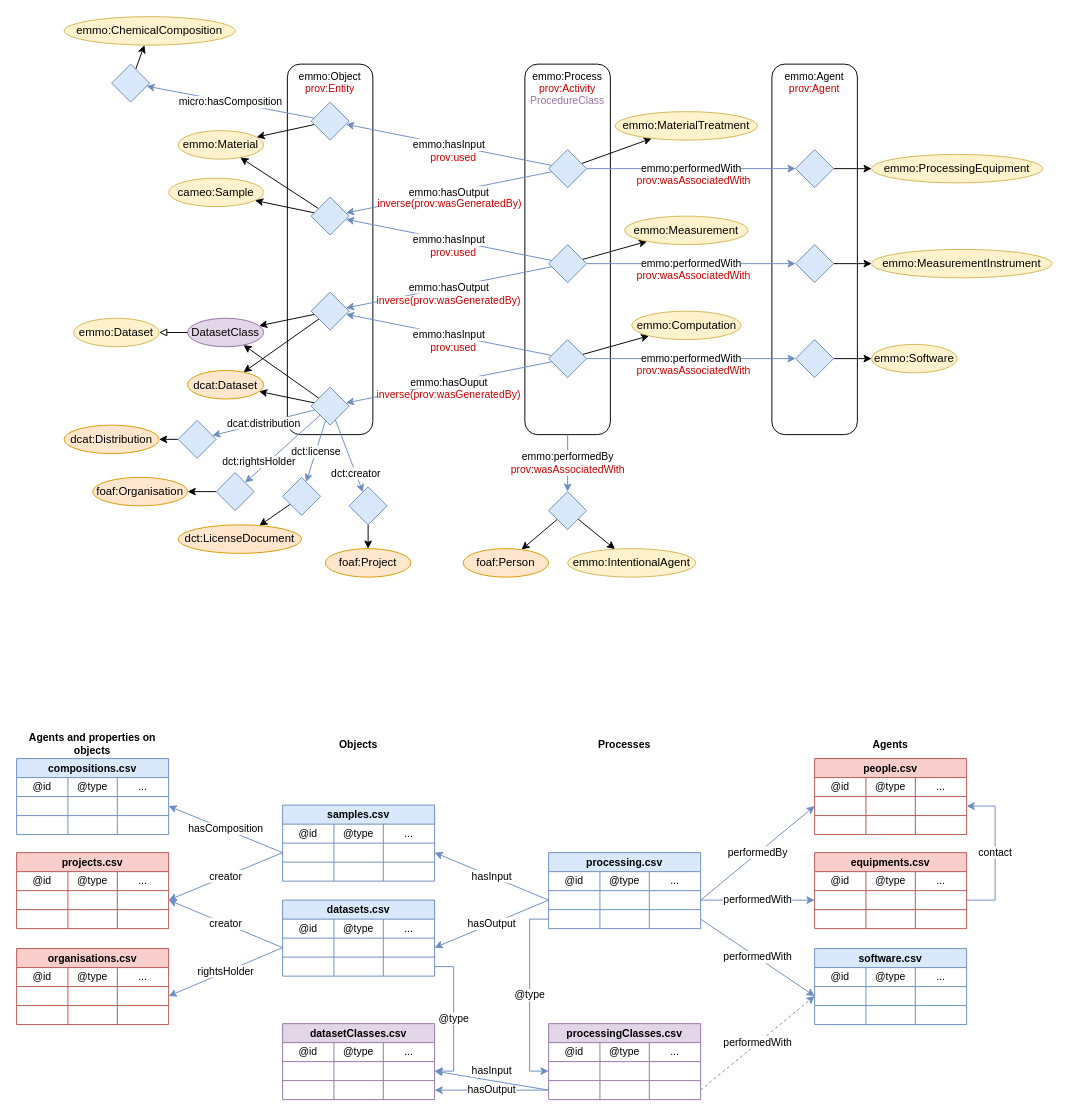
SINTEF/physmet-data-documentation-templates keeps this draw.io diagram as page "Documentation-tables" (1 of 2) of tables/figs/linked-data.drawio. Above is the earlier version. Source tidied: cells renumbered, new cells numbered last; positions are measured from the earlier drawing's top-left corner, leaving out a move shared by most shapes. Both pictures are drawn from the tidied source at 95%, with x=0, y=0 at pixel (16, 16).
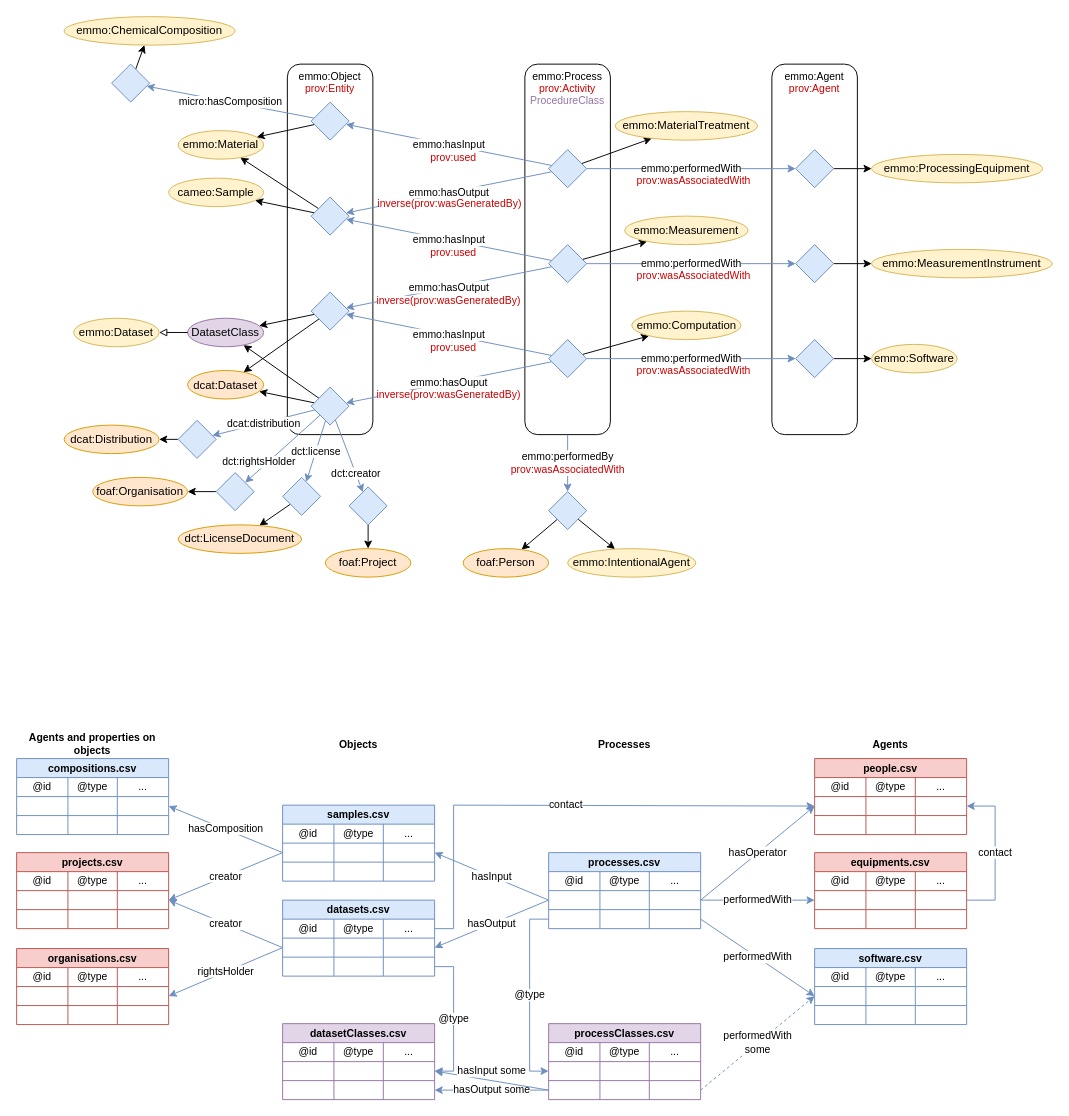
Above is the later version.

Unchanged cells that the change refers to:
```xml
<mxCell id="85" style="shape=tableRow;horizontal=0;startSize=0;swimlaneHead=0;swimlaneBody=0;top=0;left=0;bottom=0;right=0;fillColor=none;points=[[0,0.5],[1,0.5]];portConstraint=eastwest;fontFamily=Helvetica;fontSize=11;fontColor=#D79B00;" parent="84" vertex="1">
  <mxGeometry y="20" width="160" height="20" as="geometry" />
</mxCell>
<mxCell id="115" style="shape=tableRow;horizontal=0;startSize=0;swimlaneHead=0;swimlaneBody=0;top=0;left=0;bottom=0;right=0;fillColor=none;points=[[0,0.5],[1,0.5]];portConstraint=eastwest;fontFamily=Helvetica;fontSize=11;fontColor=#D79B00;" parent="110" vertex="1">
  <mxGeometry y="40" width="160" height="20" as="geometry" />
</mxCell>
<mxCell id="158" style="shape=tableRow;horizontal=0;startSize=0;swimlaneHead=0;swimlaneBody=0;top=0;left=0;bottom=0;right=0;fillColor=none;points=[[0,0.5],[1,0.5]];portConstraint=eastwest;fontFamily=Helvetica;fontSize=11;fontColor=#D79B00;" parent="153" vertex="1">
  <mxGeometry y="40" width="160" height="20" as="geometry" />
</mxCell>
<mxCell id="198" style="shape=tableRow;horizontal=0;startSize=0;swimlaneHead=0;swimlaneBody=0;top=0;left=0;bottom=0;right=0;fillColor=none;points=[[0,0.5],[1,0.5]];portConstraint=eastwest;fontFamily=Helvetica;fontSize=11;fontColor=#D79B00;" parent="193" vertex="1">
  <mxGeometry y="40" width="160" height="20" as="geometry" />
</mxCell>
<mxCell id="219" style="shape=tableRow;horizontal=0;startSize=0;swimlaneHead=0;swimlaneBody=0;top=0;left=0;bottom=0;right=0;fillColor=none;points=[[0,0.5],[1,0.5]];portConstraint=eastwest;fontFamily=Helvetica;fontSize=11;fontColor=#D79B00;" parent="210" vertex="1">
  <mxGeometry y="60" width="160" height="20" as="geometry" />
</mxCell>
<mxCell id="228" style="shape=tableRow;horizontal=0;startSize=0;swimlaneHead=0;swimlaneBody=0;top=0;left=0;bottom=0;right=0;fillColor=none;points=[[0,0.5],[1,0.5]];portConstraint=eastwest;fontFamily=Helvetica;fontSize=11;fontColor=#D79B00;" parent="223" vertex="1">
  <mxGeometry y="40" width="160" height="20" as="geometry" />
</mxCell>
<mxCell id="232" style="shape=tableRow;horizontal=0;startSize=0;swimlaneHead=0;swimlaneBody=0;top=0;left=0;bottom=0;right=0;fillColor=none;points=[[0,0.5],[1,0.5]];portConstraint=eastwest;fontFamily=Helvetica;fontSize=11;fontColor=#D79B00;" parent="223" vertex="1">
  <mxGeometry y="60" width="160" height="20" as="geometry" />
</mxCell>
```

What changed in the source:
```diff
@@
-    <mxCell id="110" value="processing.csv" style="shape=table;startSize=20;childLayout=tableLayout;fontStyle=1;align=center;fontFamily=Helvetica;fontSize=11;fillColor=#dae8fc;strokeColor=#6c8ebf;" parent="1" vertex="1">
+    <mxCell id="110" value="processes.csv" style="shape=table;startSize=20;childLayout=tableLayout;fontStyle=1;align=center;fontFamily=Helvetica;fontSize=11;fillColor=#dae8fc;strokeColor=#6c8ebf;" parent="1" vertex="1">
       <mxGeometry x="560" y="880" width="160" height="80" as="geometry" />
     </mxCell>
@@
-    <mxCell id="166" value="performedBy" style="edgeStyle=none;shape=connector;rounded=0;jettySize=auto;html=1;entryX=0;entryY=0.5;entryDx=0;entryDy=0;labelBackgroundColor=default;strokeColor=#6c8ebf;fontFamily=Helvetica;fontSize=11;fontColor=#000000;endArrow=classic;endFill=1;exitX=1;exitY=0.5;exitDx=0;exitDy=0;fillColor=#dae8fc;" parent="1" edge="1" source="115" target="158">
+    <mxCell id="166" value="hasOperator" style="edgeStyle=none;shape=connector;rounded=0;jettySize=auto;html=1;entryX=0;entryY=0.5;entryDx=0;entryDy=0;labelBackgroundColor=default;strokeColor=#6c8ebf;fontFamily=Helvetica;fontSize=11;fontColor=#000000;endArrow=classic;endFill=1;exitX=1;exitY=0.5;exitDx=0;exitDy=0;fillColor=#dae8fc;" parent="1" edge="1" source="115" target="158">
       <mxGeometry relative="1" as="geometry" />
     </mxCell>
@@
-    <mxCell id="210" value="processingClasses.csv" style="shape=table;startSize=20;childLayout=tableLayout;fontStyle=1;align=center;fontFamily=Helvetica;fontSize=11;fillColor=#e1d5e7;strokeColor=#9673a6;" parent="1" vertex="1">
+    <mxCell id="210" value="processClasses.csv" style="shape=table;startSize=20;childLayout=tableLayout;fontStyle=1;align=center;fontFamily=Helvetica;fontSize=11;fillColor=#e1d5e7;strokeColor=#9673a6;" parent="1" vertex="1">
       <mxGeometry x="560" y="1060" width="160" height="80" as="geometry" />
     </mxCell>
@@
-    <mxCell id="238" value="&lt;font color=&quot;#000000&quot;&gt;hasOutput&lt;/font&gt;" style="edgeStyle=none;shape=connector;rounded=0;jettySize=auto;html=1;labelBackgroundColor=default;strokeColor=#6c8ebf;fontFamily=Helvetica;fontSize=11;fontColor=#9673A6;endArrow=classic;endFill=1;entryX=1;entryY=0.5;entryDx=0;entryDy=0;fillColor=#dae8fc;" parent="1" edge="1" target="232">
+    <mxCell id="238" value="&lt;font color=&quot;#000000&quot;&gt;hasOutput some&lt;/font&gt;" style="edgeStyle=none;shape=connector;rounded=0;jettySize=auto;html=1;labelBackgroundColor=default;strokeColor=#6c8ebf;fontFamily=Helvetica;fontSize=11;fontColor=#9673A6;endArrow=classic;endFill=1;entryX=1;entryY=0.5;entryDx=0;entryDy=0;fillColor=#dae8fc;" parent="1" edge="1" target="232">
       <mxGeometry relative="1" as="geometry">
         <mxPoint x="560" y="1130" as="sourcePoint" />
       </mxGeometry>
     </mxCell>
-    <mxCell id="239" value="&lt;font color=&quot;#000000&quot;&gt;hasInput&lt;/font&gt;" style="edgeStyle=none;shape=connector;rounded=0;jettySize=auto;html=1;labelBackgroundColor=default;strokeColor=#6c8ebf;fontFamily=Helvetica;fontSize=11;fontColor=#9673A6;endArrow=classic;endFill=1;exitX=0;exitY=0.5;exitDx=0;exitDy=0;entryX=1;entryY=0.5;entryDx=0;entryDy=0;fillColor=#dae8fc;" parent="1" edge="1" source="219" target="228">
+    <mxCell id="239" value="&lt;font color=&quot;#000000&quot;&gt;hasInput some&lt;/font&gt;" style="edgeStyle=none;shape=connector;rounded=0;jettySize=auto;html=1;labelBackgroundColor=default;strokeColor=#6c8ebf;fontFamily=Helvetica;fontSize=11;fontColor=#9673A6;endArrow=classic;endFill=1;exitX=0;exitY=0.5;exitDx=0;exitDy=0;entryX=1;entryY=0.5;entryDx=0;entryDy=0;fillColor=#dae8fc;" parent="1" edge="1" source="219" target="228">
       <mxGeometry x="0.03" y="-10" relative="1" as="geometry" />
     </mxCell>
-    <mxCell id="240" value="&lt;font color=&quot;#000000&quot;&gt;performedWith&lt;/font&gt;" style="edgeStyle=none;shape=connector;rounded=0;jettySize=auto;html=1;labelBackgroundColor=default;strokeColor=#6c8ebf;fontFamily=Helvetica;fontSize=11;fontColor=#9673A6;endArrow=classic;endFill=1;exitX=1;exitY=0.5;exitDx=0;exitDy=0;entryX=0;entryY=0.5;entryDx=0;entryDy=0;fillColor=#dae8fc;dashed=1;" parent="1" edge="1" source="219" target="198">
+    <mxCell id="240" value="&lt;font color=&quot;#000000&quot;&gt;performedWith&lt;br&gt;some&lt;br&gt;&lt;/font&gt;" style="edgeStyle=none;shape=connector;rounded=0;jettySize=auto;html=1;labelBackgroundColor=default;strokeColor=#6c8ebf;fontFamily=Helvetica;fontSize=11;fontColor=#9673A6;endArrow=classic;endFill=1;exitX=1;exitY=0.5;exitDx=0;exitDy=0;entryX=0;entryY=0.5;entryDx=0;entryDy=0;fillColor=#dae8fc;dashed=1;" parent="1" edge="1" source="219" target="198">
       <mxGeometry relative="1" as="geometry" />
     </mxCell>
@@
+    <mxCell id="246" value="&lt;font color=&quot;#000000&quot;&gt;contact&lt;/font&gt;" style="edgeStyle=orthogonalEdgeStyle;shape=connector;rounded=0;jettySize=auto;html=1;labelBackgroundColor=default;strokeColor=#6c8ebf;fontFamily=Helvetica;fontSize=11;fontColor=#9673A6;endArrow=classic;endFill=1;entryX=0;entryY=0.5;entryDx=0;entryDy=0;exitX=1;exitY=0.5;exitDx=0;exitDy=0;fillColor=#dae8fc;" parent="1" edge="1" source="85" target="158">
+      <mxGeometry x="0.01" relative="1" as="geometry">
+        <Array as="points">
+          <mxPoint x="460" y="960" />
+          <mxPoint x="460" y="830" />
+          <mxPoint x="840" y="830" />
+        </Array>
+      </mxGeometry>
+    </mxCell>
```
